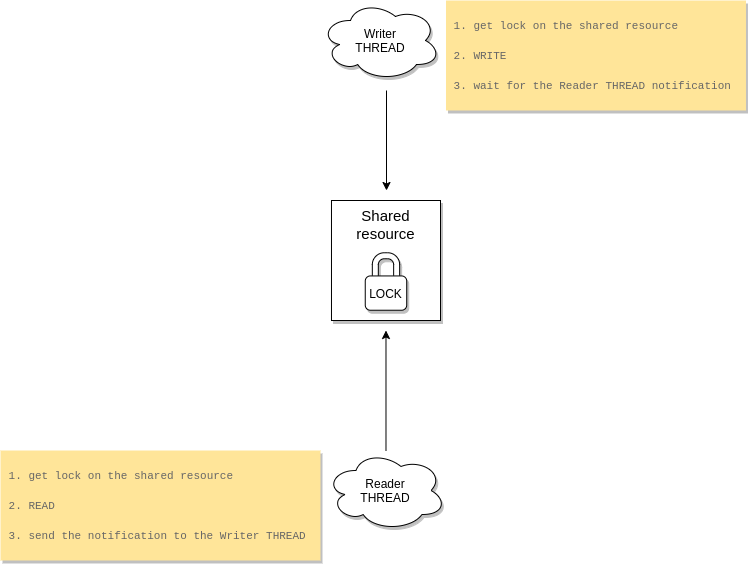
The draw.io diagram threads/readme_resources/synchronize-on-shared-resource.png in giuseppeiacono/OCP-Java-SE-8, before a commit. Source tidied: cells renumbered, new cells last; positions are measured from the earlier drawing's top-left corner, leaving out a move shared by most shapes.
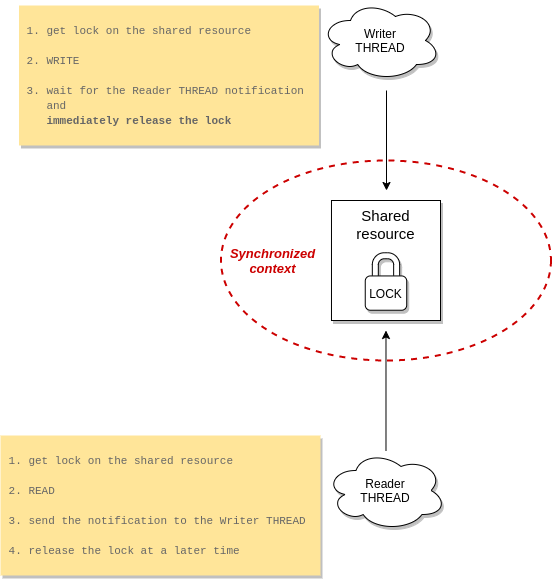
Above is the later version.

Change to the diagram source:
```diff
@@ -2,14 +2,17 @@
   <root>
     <mxCell id="0" />
     <mxCell id="1" parent="0" />
+    <mxCell id="13" style="ellipse;whiteSpace=wrap;html=1;fontSize=13;fontColor=#CC0000;strokeColor=#CC0000;dashed=1;strokeWidth=2;" parent="1" vertex="1">
+      <mxGeometry x="220.5" y="160" width="330" height="200" as="geometry" />
+    </mxCell>
     <mxCell id="2" style="group;" parent="1" vertex="1">
-      <mxGeometry x="331" y="200" width="109" height="120" as="geometry" />
+      <mxGeometry x="331" y="200" width="139" height="386" as="geometry" />
     </mxCell>
     <mxCell id="3" value="&lt;font style=&quot;font-size: 15px&quot;&gt;Shared resource&lt;/font&gt;" style="rounded=0;whiteSpace=wrap;html=1;shadow=1;verticalAlign=top;align=center;" parent="2" vertex="1">
       <mxGeometry width="109" height="120" as="geometry" />
     </mxCell>
     <mxCell id="4" style="group;" parent="2" vertex="1">
-      <mxGeometry x="33.8" y="52.3" width="41.5" height="57.5" as="geometry" />
+      <mxGeometry x="33.8" y="52.3" width="105.2" height="333.7" as="geometry" />
     </mxCell>
     <mxCell id="5" style="verticalLabelPosition=bottom;verticalAlign=top;html=1;shape=mxgraph.basic.rounded_frame;dx=6;shadow=1;rotation=-180;" parent="4" vertex="1">
       <mxGeometry x="7.1" width="27.3" height="34.9" as="geometry" />
@@ -34,11 +37,14 @@
     <mxCell id="10" value="Reader&lt;br&gt;THREAD" style="ellipse;shape=cloud;whiteSpace=wrap;html=1;shadow=1;" parent="1" vertex="1">
       <mxGeometry x="325.5" y="450" width="120" height="80" as="geometry" />
     </mxCell>
-    <mxCell id="11" value="&lt;font face=&quot;Courier New&quot; style=&quot;font-size: 11px&quot;&gt;&lt;br&gt;&amp;nbsp;1. get lock on the shared resource&lt;br&gt;&lt;br&gt;&amp;nbsp;2. WRITE&lt;br&gt;&lt;br&gt;&amp;nbsp;3. wait for the Reader THREAD notification&lt;br&gt;&lt;br&gt;&lt;/font&gt;" style="text;html=1;align=left;verticalAlign=middle;fontColor=#666666;fillColor=#FFE599;shadow=1;" parent="1" vertex="1">
-      <mxGeometry x="445.5" width="300" height="110" as="geometry" />
+    <mxCell id="11" value="&lt;font face=&quot;Courier New&quot; style=&quot;font-size: 11px&quot;&gt;&lt;br&gt;&amp;nbsp;1. get lock on the shared resource&lt;br&gt;&lt;br&gt;&amp;nbsp;2. WRITE&lt;br&gt;&lt;br&gt;&amp;nbsp;3. wait for the Reader THREAD notification&lt;br&gt;&amp;nbsp; &amp;nbsp; and &lt;br&gt;&lt;b&gt;&amp;nbsp; &amp;nbsp; immediately release the lock&lt;br&gt;&lt;/b&gt;&lt;br&gt;&lt;/font&gt;" style="text;html=1;align=left;verticalAlign=middle;fontColor=#666666;fillColor=#FFE599;shadow=1;" parent="1" vertex="1">
+      <mxGeometry x="18.5" y="5" width="300" height="140" as="geometry" />
     </mxCell>
-    <mxCell id="12" value="&lt;font face=&quot;Courier New&quot; style=&quot;font-size: 11px&quot;&gt;&lt;br&gt;&amp;nbsp;1. get lock on the shared resource&lt;br&gt;&lt;br&gt;&amp;nbsp;2. READ&lt;br&gt;&lt;br&gt;&amp;nbsp;3. send the&lt;/font&gt;&lt;span style=&quot;font-family: &amp;#34;courier new&amp;#34; ; font-size: 11px&quot;&gt;&amp;nbsp;notification to&lt;/span&gt;&lt;font face=&quot;Courier New&quot; style=&quot;font-size: 11px&quot;&gt;&amp;nbsp;the Writer THREAD&lt;br&gt;&lt;br&gt;&lt;/font&gt;" style="text;html=1;align=left;verticalAlign=middle;fontColor=#666666;fillColor=#FFE599;shadow=1;" parent="1" vertex="1">
-      <mxGeometry y="450" width="320" height="110" as="geometry" />
+    <mxCell id="12" value="&lt;font face=&quot;Courier New&quot; style=&quot;font-size: 11px&quot;&gt;&lt;br&gt;&amp;nbsp;1. get lock on the shared resource&lt;br&gt;&lt;br&gt;&amp;nbsp;2. READ&lt;br&gt;&lt;br&gt;&amp;nbsp;3. send the&lt;/font&gt;&lt;span style=&quot;font-family: &amp;#34;courier new&amp;#34; ; font-size: 11px&quot;&gt;&amp;nbsp;notification to&lt;/span&gt;&lt;font face=&quot;Courier New&quot; style=&quot;font-size: 11px&quot;&gt;&amp;nbsp;the Writer THREAD&lt;br&gt;&lt;br&gt;&amp;nbsp;4. release the lock at a later time&amp;nbsp;&lt;br&gt;&lt;br&gt;&lt;/font&gt;" style="text;html=1;align=left;verticalAlign=middle;fontColor=#666666;fillColor=#FFE599;shadow=1;" parent="1" vertex="1">
+      <mxGeometry y="435" width="320" height="140" as="geometry" />
     </mxCell>
+    <mxCell id="14" value="Synchronized&lt;br style=&quot;font-size: 13px;&quot;&gt;context" style="text;html=1;align=center;verticalAlign=middle;fontColor=#CC0000;fontStyle=3;fontSize=13;" parent="1" vertex="1">
+      <mxGeometry x="222.5" y="240" width="100" height="40" as="geometry" />
+    </mxCell>
   </root>
 </mxGraphModel>
```
